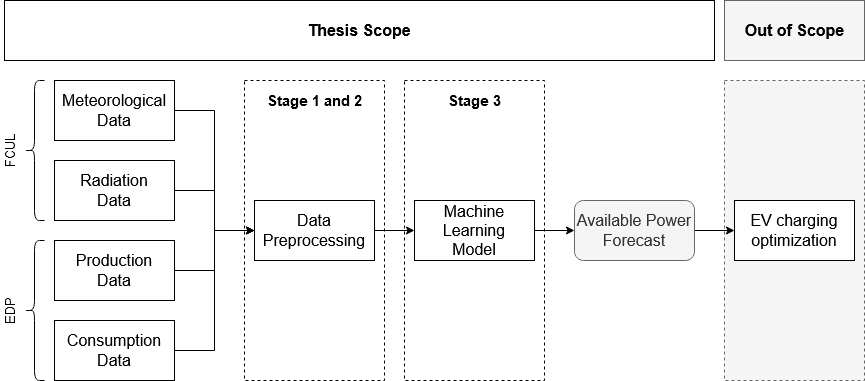
Before: Images/Thesis_objective.png, a diagram exported from draw.io (tomasbogalho/Tom-s-Bogalho-MSc-Thesis-New). Source tidied: cells renumbered, new cells last; positions are measured from the earlier drawing's top-left corner, leaving out a move shared by most shapes.
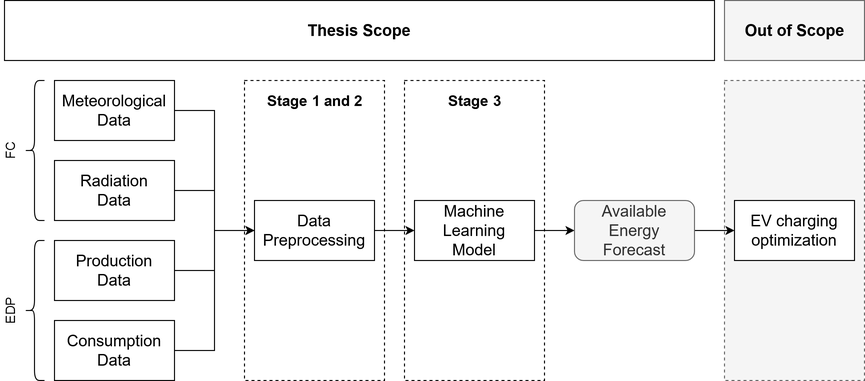
After the commit.

What changed in the source:
```diff
@@ -71,7 +71,7 @@
     <mxCell id="17" value="EDP" style="text;html=1;strokeColor=none;fillColor=none;align=center;verticalAlign=middle;whiteSpace=wrap;rounded=0;rotation=270;fontSize=13;" parent="1" vertex="1">
       <mxGeometry y="300" width="40" height="20" as="geometry" />
     </mxCell>
-    <mxCell id="18" value="FCUL" style="text;html=1;strokeColor=none;fillColor=none;align=center;verticalAlign=middle;whiteSpace=wrap;rounded=0;rotation=270;fontSize=13;" parent="1" vertex="1">
+    <mxCell id="18" value="FC" style="text;html=1;strokeColor=none;fillColor=none;align=center;verticalAlign=middle;whiteSpace=wrap;rounded=0;rotation=270;fontSize=13;" parent="1" vertex="1">
       <mxGeometry y="140" width="40" height="20" as="geometry" />
     </mxCell>
     <mxCell id="19" style="edgeStyle=orthogonalEdgeStyle;rounded=0;jettySize=auto;html=1;exitX=1;exitY=0.5;exitDx=0;exitDy=0;" parent="1" edge="1" source="20" target="22">
@@ -89,7 +89,7 @@
     <mxCell id="23" style="edgeStyle=orthogonalEdgeStyle;rounded=0;jettySize=auto;html=1;exitX=1;exitY=0.5;exitDx=0;exitDy=0;entryX=0;entryY=0.5;entryDx=0;entryDy=0;" parent="1" edge="1" source="24" target="25">
       <mxGeometry relative="1" as="geometry" />
     </mxCell>
-    <mxCell id="24" value="&lt;div style=&quot;font-size: 16px&quot;&gt;Available Power&lt;br&gt;&lt;/div&gt;&lt;div style=&quot;font-size: 16px&quot;&gt;Forecast&lt;br style=&quot;font-size: 16px&quot;&gt;&lt;/div&gt;" style="rounded=1;whiteSpace=wrap;html=1;fontSize=16;fillColor=#f5f5f5;strokeColor=#666666;fontColor=#333333;" parent="1" vertex="1">
+    <mxCell id="24" value="&lt;div style=&quot;font-size: 16px;&quot;&gt;Available Energy&lt;/div&gt;&lt;div style=&quot;font-size: 16px;&quot;&gt;Forecast&lt;br style=&quot;font-size: 16px;&quot;&gt;&lt;/div&gt;" style="rounded=1;whiteSpace=wrap;html=1;fontSize=16;fillColor=#f5f5f5;strokeColor=#666666;fontColor=#333333;" parent="1" vertex="1">
       <mxGeometry x="584" y="200" width="120" height="60" as="geometry" />
     </mxCell>
     <mxCell id="25" value="&lt;div style=&quot;font-size: 16px;&quot;&gt;EV charging optimization&lt;br style=&quot;font-size: 16px;&quot;&gt;&lt;/div&gt;" style="rounded=0;whiteSpace=wrap;html=1;fontSize=16;" parent="1" vertex="1">
```
